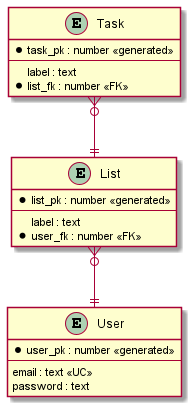
Julien-Wiegandt/ToDo_JEE keeps this PlantUML diagram as documentation/database/mysql/database_entity_relationship_diagram.png. Above is the earlier version.
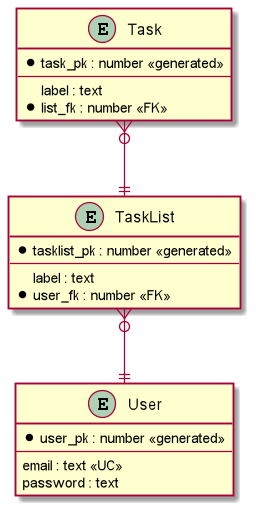
The same file after the commit.

The edit, as a diff of the source:
```diff
@@ -15,14 +15,14 @@
     *list_fk : number <<FK>>
 }
 
-entity List{
-    *list_pk : number <<generated>>
+entity TaskList{
+    *tasklist_pk : number <<generated>>
     --
     label : text
     *user_fk : number <<FK>>
 }
 
-List }o--|| User
-Task }o--|| List
+TaskList }o--|| User
+Task }o--|| TaskList
 
 @enduml
```
